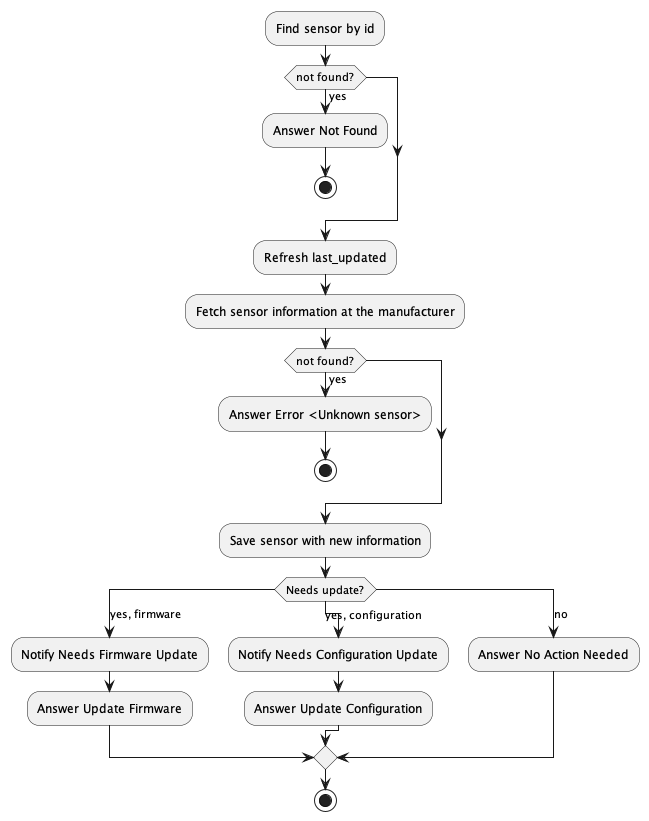
Above: docs/images/ActivityDiagramCheckSensorStatus.png in AboutCodingBE/validation-excercise (PlantUML), before the change.
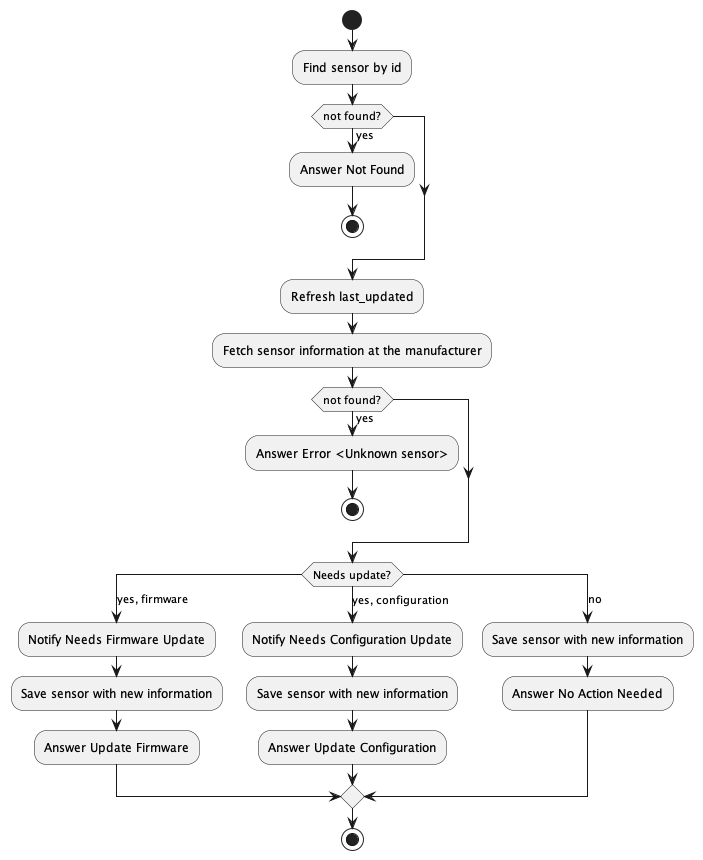
The same file after the commit.

Commit message:
Updated documentation with improvements Activity diagrams plus new activity diagram ScheduleTask

Diff of the diagram source:
```diff
@@ -1,4 +1,6 @@
 @startuml
+
+start
 
 :Find sensor by id;
 
@@ -16,21 +18,23 @@
   stop
 endif
 
-:Save sensor with new information;
-
-
 switch (Needs update?)
 
 case (yes, firmware)
   :Notify Needs Firmware Update;
+  :Save sensor with new information;
   :Answer Update Firmware;
 
 case (yes, configuration)
   :Notify Needs Configuration Update;
+  :Save sensor with new information;
   :Answer Update Configuration;
 
 case (no)
+:Save sensor with new information;
   :Answer No Action Needed;
+
+
 
 endswitch
 
```
